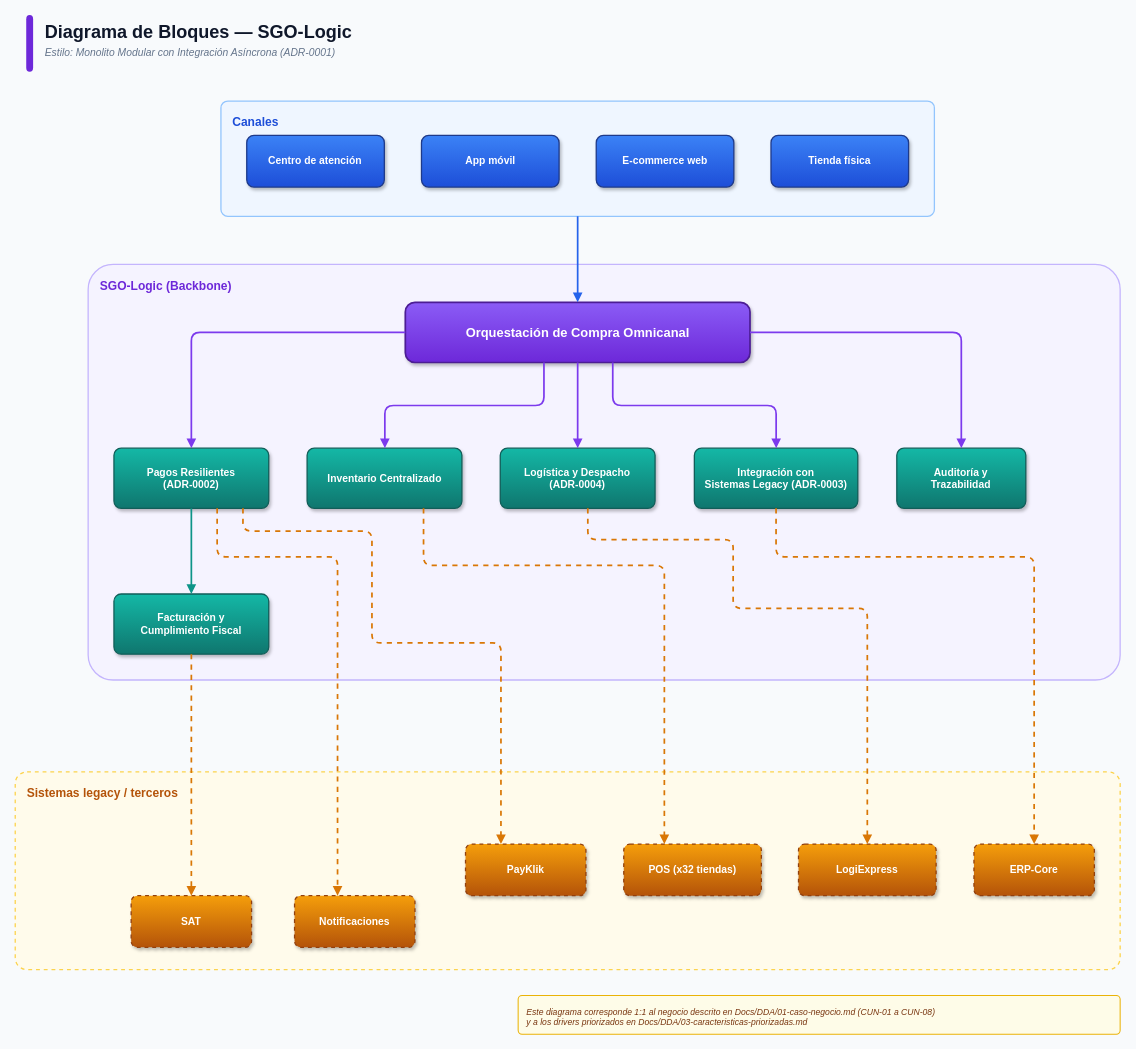
The draw.io diagram Docs/Diagramas/bloques.drawio in jRodas497/AYD2_A_2S2025_PROYECTO_G3, before the edit. Source tidied: cells renumbered, new cells numbered last; positions are measured from the earlier drawing's top-left corner, leaving out a move shared by most shapes. Both pictures are drawn from the tidied source at 86%, with x=0, y=0 at pixel (15, 15).
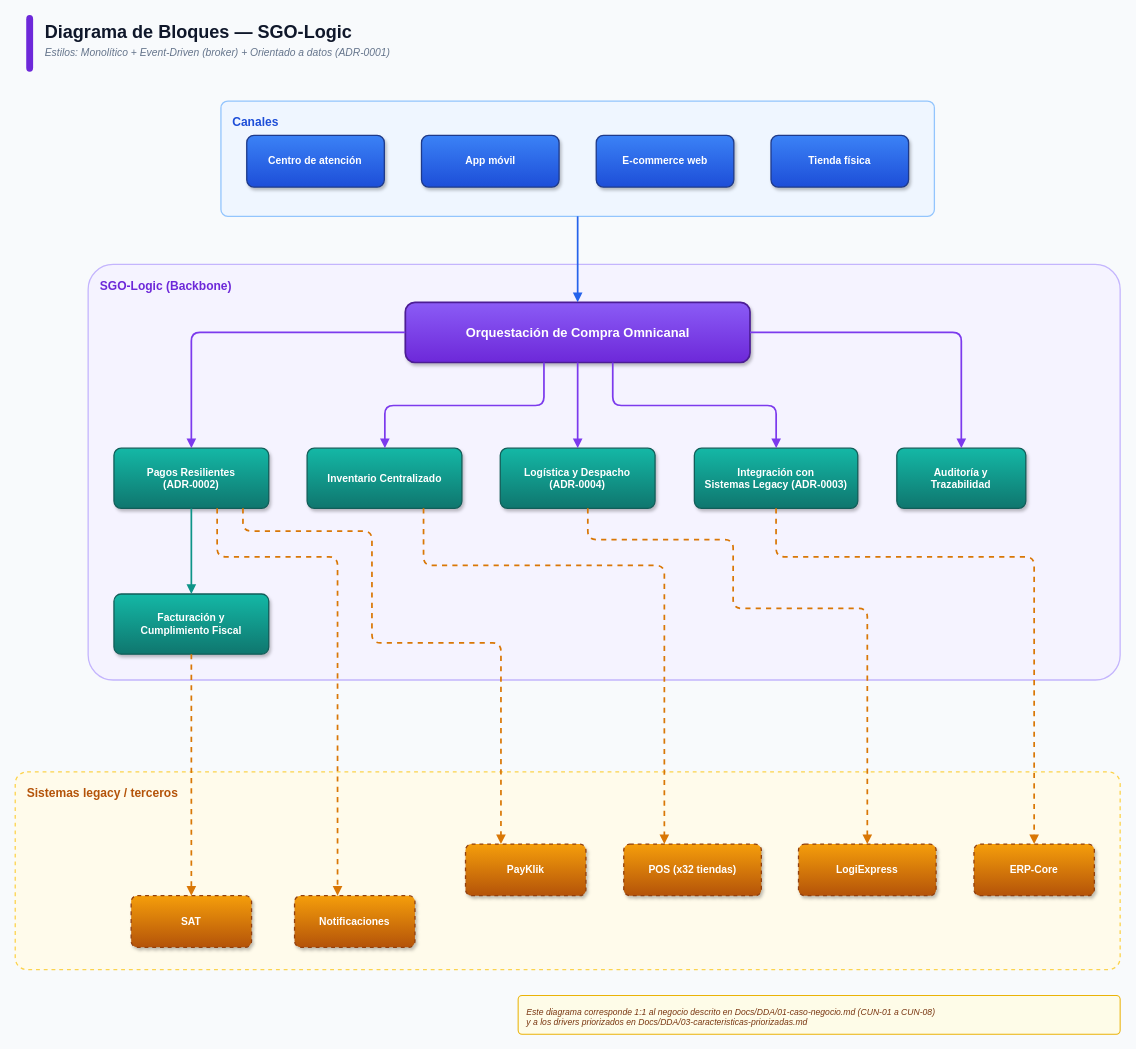
The same page after the edit.

Commit message (it also covers changes not shown here):
Precisa estilos arquitectónicos en ADR-0001: monolítico + EDA/broker + orientado a datos

What changed in the source:
```diff
@@
-    <mxCell id="4" value="Estilo: Monolito Modular con Integración Asíncrona (ADR-0001)" style="text;html=1;fontSize=12;fontStyle=2;align=left;fontColor=#64748B;" parent="1" vertex="1">
+    <mxCell id="4" value="Estilos: Monolítico + Event-Driven (broker) + Orientado a datos (ADR-0001)" style="text;html=1;fontSize=12;fontStyle=2;align=left;fontColor=#64748B;" parent="1" vertex="1">
       <mxGeometry x="33" y="30" width="700" height="24" as="geometry" />
     </mxCell>
```
